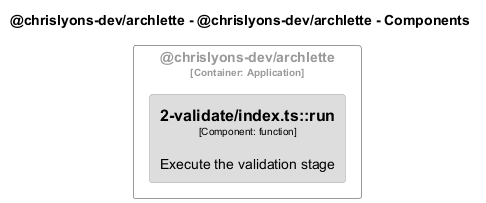
This is docs/architecture/diagrams/structurizr-Classes_validators.png from chrislyons-dev/archlette, a PlantUML export, as it was before one commit.
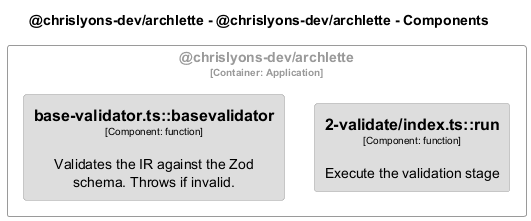
After the commit.

The edit, as a diff of the source:
```diff
@@ -21,6 +21,12 @@
   BorderColor #9a9a9a
   shadowing false
 }
+skinparam rectangle<<chrislyonsdevarchlette.chrislyonsdevarchlette.basevalidatortsbasevalidator>> {
+  BackgroundColor #dddddd
+  FontColor #000000
+  BorderColor #9a9a9a
+  shadowing false
+}
 skinparam rectangle<<chrislyonsdevarchlette.chrislyonsdevarchlette>> {
   BorderColor #9a9a9a
   FontColor #9a9a9a
@@ -29,6 +35,7 @@
 
 rectangle "@chrislyons-dev/archlette\n<size:10>[Container: Application]</size>" <<chrislyonsdevarchlette.chrislyonsdevarchlette>> {
   rectangle "==2-validate/index.ts::run\n<size:10>[Component: function]</size>\n\nExecute the validation stage" <<chrislyonsdevarchlette.chrislyonsdevarchlette.2validateindextsrun>> as chrislyonsdevarchlette.chrislyonsdevarchlette.2validateindextsrun
+  rectangle "==base-validator.ts::basevalidator\n<size:10>[Component: function]</size>\n\nValidates the IR against the Zod schema. Throws if invalid." <<chrislyonsdevarchlette.chrislyonsdevarchlette.basevalidatortsbasevalidator>> as chrislyonsdevarchlette.chrislyonsdevarchlette.basevalidatortsbasevalidator
 }
 
 @enduml
```
